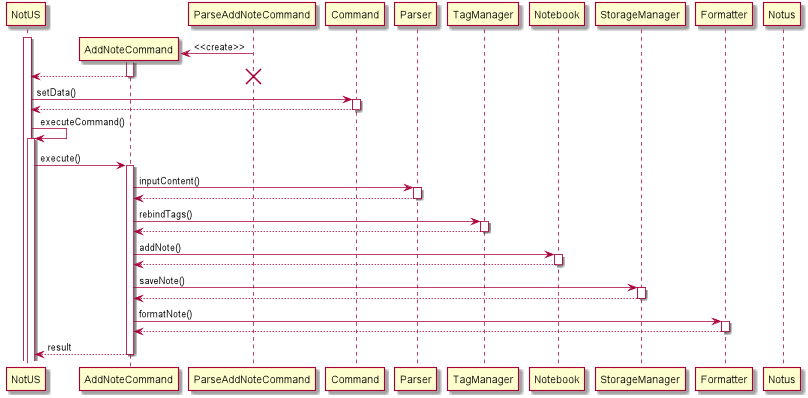
nus-cs2113-AY2021S1/tp keeps this PlantUML diagram as docs/diagrams/out/AddNote_Sequence.png. Above is the earlier version.
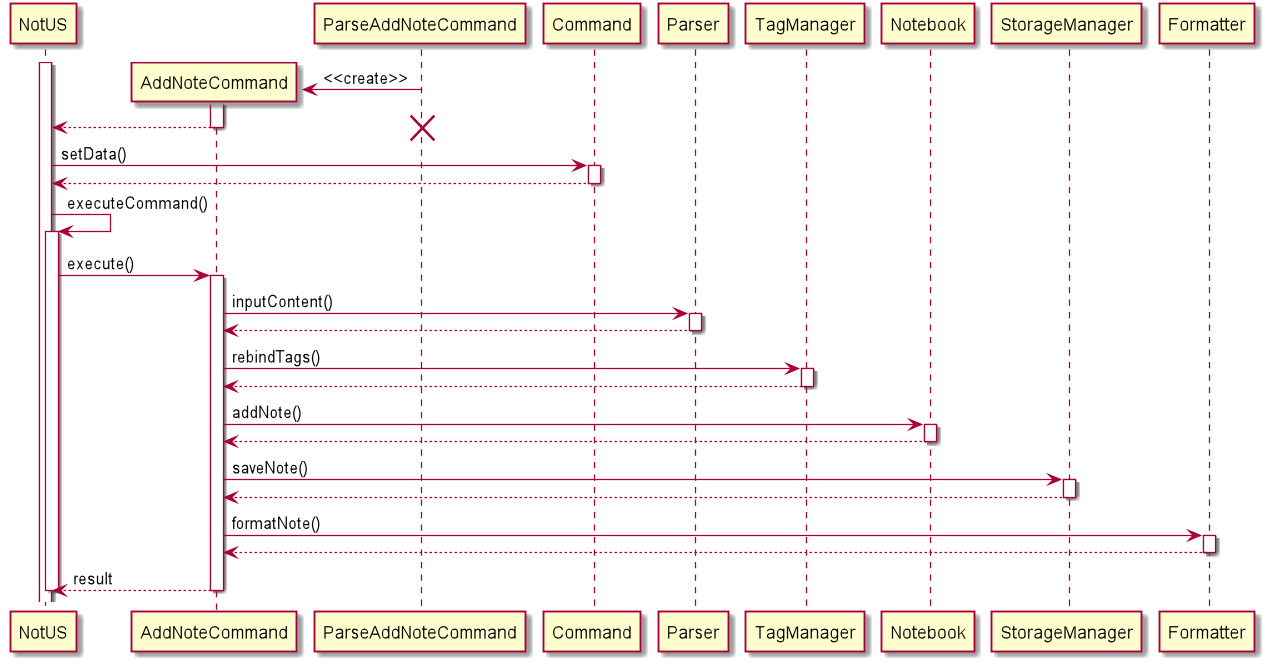
After the commit.

Commit message:
Minor error fix in diagram

What changed in the source:
```diff
@@ -53,6 +53,6 @@
 AddNoteCommand --> NotUS: result
 deactivate AddNoteCommand
 
-deactivate Notus
+deactivate NotUS
 
 @enduml
```
